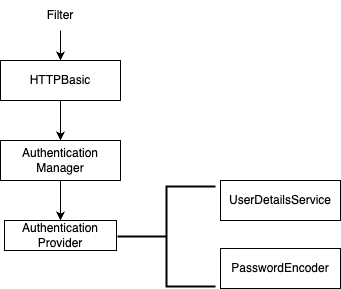
Before: security-basic/003-security-basic.png, a diagram exported from draw.io (singhrakeshgkp/spring_security). Source tidied: cells renumbered, new cells last; positions are measured from the earlier drawing's top-left corner, leaving out a move shared by most shapes.
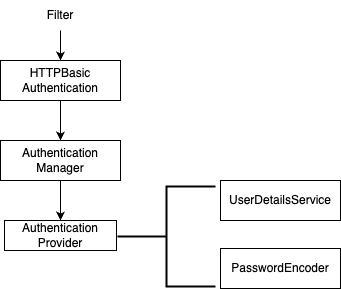
The same file after the commit.

Diff of the diagram source:
```diff
@@ -5,7 +5,7 @@
     <mxCell id="2" style="edgeStyle=orthogonalEdgeStyle;rounded=0;jettySize=auto;html=1;" parent="1" edge="1" source="3" target="7">
       <mxGeometry relative="1" as="geometry" />
     </mxCell>
-    <mxCell id="3" value="HTTPBasic" style="rounded=0;whiteSpace=wrap;html=1;" parent="1" vertex="1">
+    <mxCell id="3" value="HTTPBasic&lt;br&gt;Authentication" style="rounded=0;whiteSpace=wrap;html=1;" parent="1" vertex="1">
       <mxGeometry y="60" width="120" height="40" as="geometry" />
     </mxCell>
     <mxCell id="4" style="edgeStyle=orthogonalEdgeStyle;rounded=0;jettySize=auto;html=1;" parent="1" edge="1" source="5" target="3">
```
